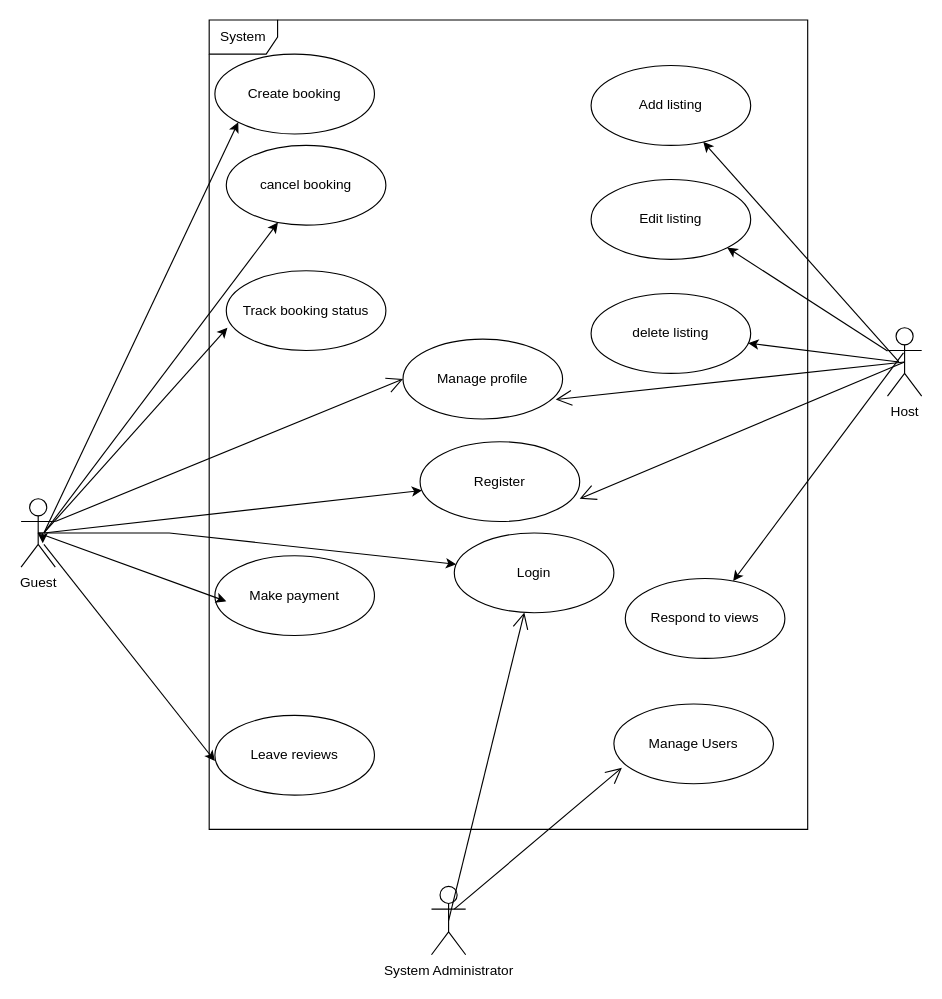
Above: Use Case Diagram.drawio in Chepkosgei-Anastansia/alx-airbnb-database (draw.io), before the change. Source tidied: cells renumbered, new cells numbered last; positions are measured from the earlier drawing's top-left corner, leaving out a move shared by most shapes. Both pictures are drawn from the tidied source at 114%, with x=0, y=0 at pixel (21, 19).
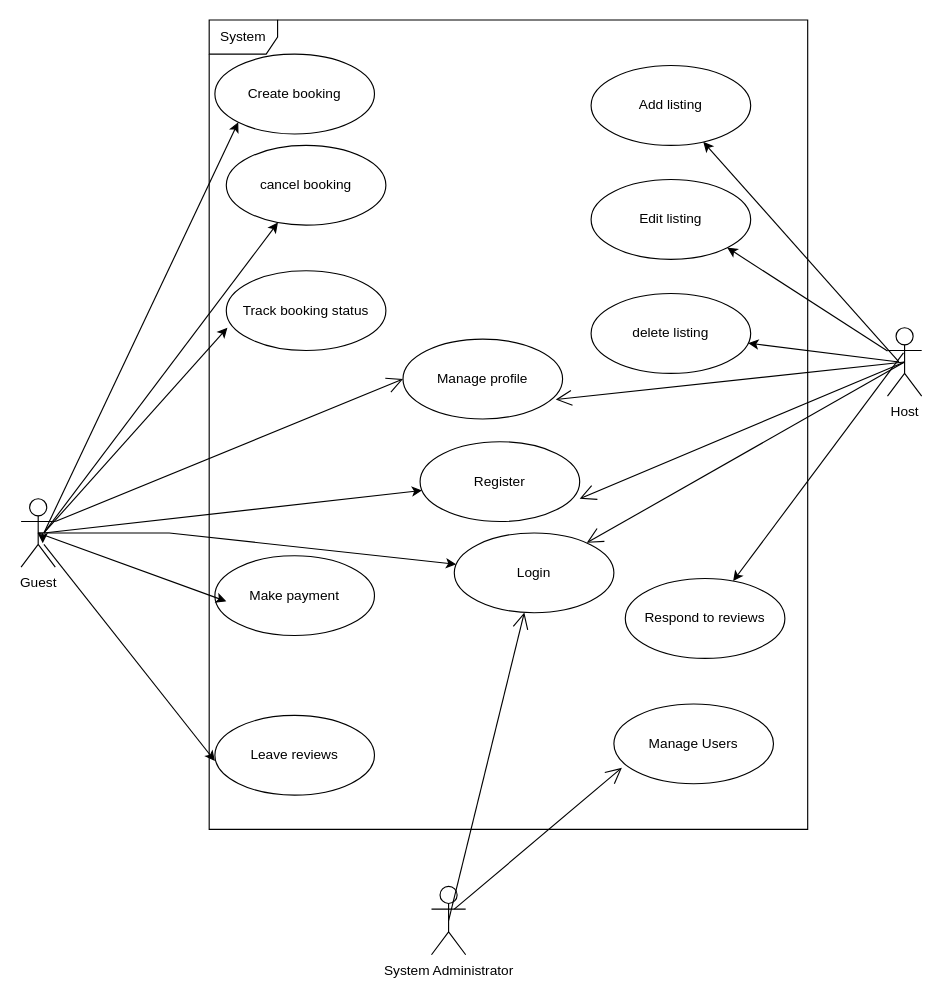
Above is the later version.

Unchanged cells that the change refers to:
```xml
<mxCell id="8" value="Login" style="ellipse;whiteSpace=wrap;html=1;" parent="1" vertex="1">
  <mxGeometry x="380" y="450" width="140" height="70" as="geometry" />
</mxCell>
<mxCell id="31" value="Host&lt;div&gt;&lt;br&gt;&lt;/div&gt;" style="shape=umlActor;verticalLabelPosition=bottom;verticalAlign=top;html=1;" parent="1" vertex="1">
  <mxGeometry x="760" y="270" width="30" height="60" as="geometry" />
</mxCell>
```

The edit, as a diff of the source:
```diff
@@
-    <mxCell id="12" value="Respond to views" style="ellipse;whiteSpace=wrap;html=1;" parent="1" vertex="1">
+    <mxCell id="12" value="Respond to reviews" style="ellipse;whiteSpace=wrap;html=1;" parent="1" vertex="1">
       <mxGeometry x="530" y="490" width="140" height="70" as="geometry" />
     </mxCell>
@@
+    <mxCell id="36" style="endArrow=open;endFill=1;endSize=12;html=1;rounded=0;exitX=0.5;exitY=0.5;exitDx=0;exitDy=0;exitPerimeter=0;" parent="1" edge="1" source="31" target="8">
+      <mxGeometry relative="1" as="geometry" />
+    </mxCell>
```
